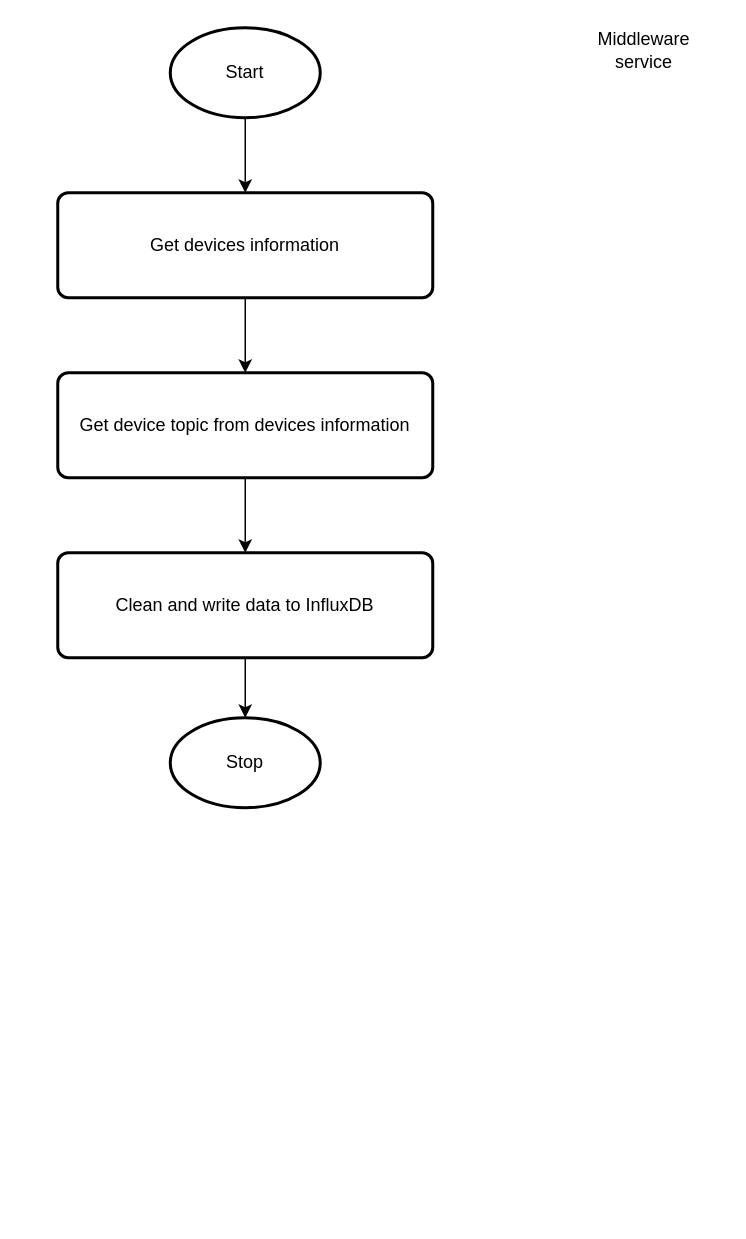
Earlier version of the draw.io diagram flowchart.drawio (force445/Draw.io). Source tidied: cells renumbered, new cells numbered last; positions are measured from the earlier drawing's top-left corner, leaving out a move shared by most shapes. Both pictures are drawn from the tidied source at 150%, with x=0, y=0 at pixel (57, 27).
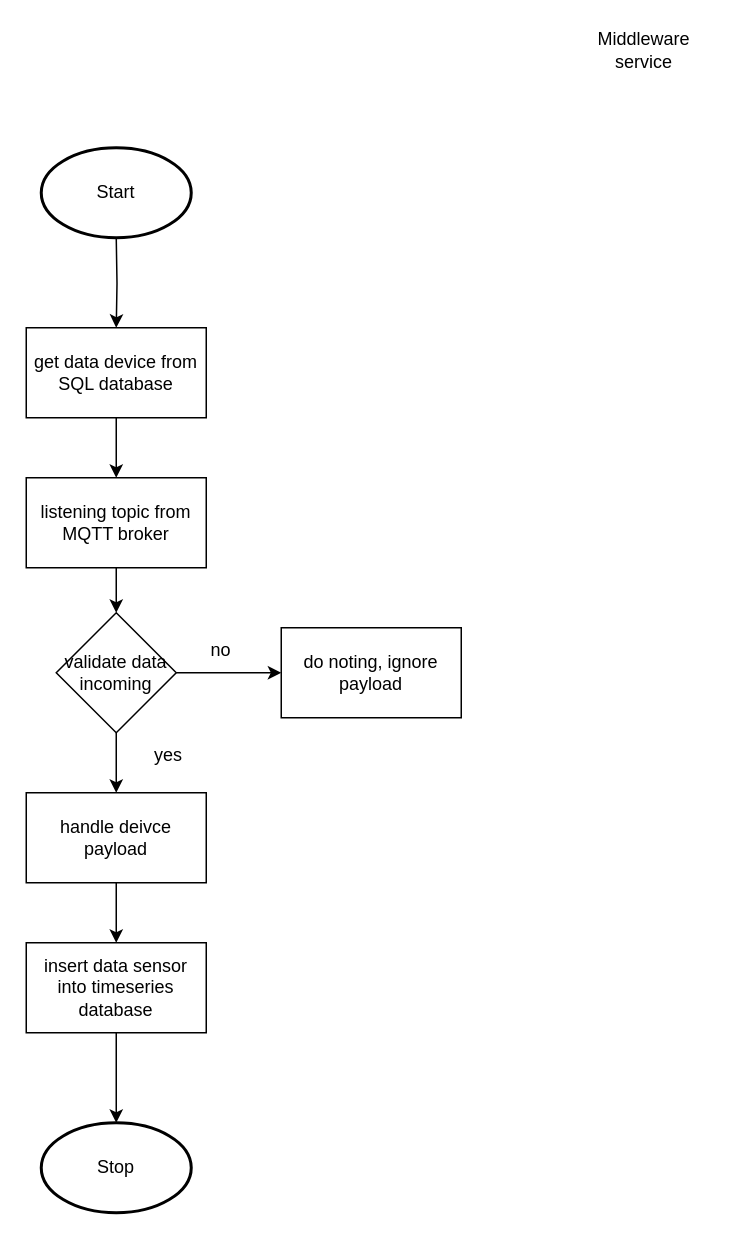
The same page after the edit.

Change to the diagram source:
```diff
@@
-    <mxCell id="2" style="edgeStyle=orthogonalEdgeStyle;rounded=0;jettySize=auto;html=1;exitX=0.5;exitY=1;exitDx=0;exitDy=0;exitPerimeter=0;entryX=0.5;entryY=0;entryDx=0;entryDy=0;" parent="1" edge="1" source="3" target="6">
-      <mxGeometry relative="1" as="geometry" />
-    </mxCell>
+    <mxCell id="4" value="Middleware service" style="text;html=1;strokeColor=none;fillColor=none;align=center;verticalAlign=middle;whiteSpace=wrap;rounded=0;" parent="1" vertex="1">
+      <mxGeometry x="341" width="100" height="30" as="geometry" />
+    </mxCell>
+    <mxCell id="12" style="edgeStyle=orthogonalEdgeStyle;rounded=0;jettySize=auto;html=1;exitX=0.5;exitY=1;exitDx=0;exitDy=0;entryX=0.5;entryY=0;entryDx=0;entryDy=0;" parent="1" edge="1" target="14">
+      <mxGeometry relative="1" as="geometry">
+        <mxPoint x="39" y="140" as="sourcePoint" />
+      </mxGeometry>
+    </mxCell>
+    <mxCell id="13" style="edgeStyle=orthogonalEdgeStyle;rounded=0;jettySize=auto;html=1;exitX=0.5;exitY=1;exitDx=0;exitDy=0;entryX=0.5;entryY=0;entryDx=0;entryDy=0;" parent="1" edge="1" source="14" target="16">
+      <mxGeometry relative="1" as="geometry" />
+    </mxCell>
+    <mxCell id="14" value="get data device from SQL database" style="rounded=0;whiteSpace=wrap;html=1;" parent="1" vertex="1">
+      <mxGeometry x="-21" y="200" width="120" height="60" as="geometry" />
+    </mxCell>
+    <mxCell id="15" style="edgeStyle=orthogonalEdgeStyle;rounded=0;jettySize=auto;html=1;exitX=0.5;exitY=1;exitDx=0;exitDy=0;entryX=0.5;entryY=0;entryDx=0;entryDy=0;" parent="1" edge="1" source="16" target="21">
+      <mxGeometry relative="1" as="geometry" />
+    </mxCell>
+    <mxCell id="16" value="listening topic from MQTT broker" style="rounded=0;whiteSpace=wrap;html=1;" parent="1" vertex="1">
+      <mxGeometry x="-21" y="300" width="120" height="60" as="geometry" />
+    </mxCell>
+    <mxCell id="17" style="edgeStyle=orthogonalEdgeStyle;rounded=0;jettySize=auto;html=1;exitX=0.5;exitY=1;exitDx=0;exitDy=0;entryX=0.5;entryY=0;entryDx=0;entryDy=0;" parent="1" edge="1" source="18" target="23">
+      <mxGeometry relative="1" as="geometry" />
+    </mxCell>
+    <mxCell id="18" value="handle deivce payload" style="rounded=0;whiteSpace=wrap;html=1;" parent="1" vertex="1">
+      <mxGeometry x="-21" y="510" width="120" height="60" as="geometry" />
+    </mxCell>
+    <mxCell id="19" style="edgeStyle=orthogonalEdgeStyle;rounded=0;jettySize=auto;html=1;exitX=1;exitY=0.5;exitDx=0;exitDy=0;entryX=0;entryY=0.5;entryDx=0;entryDy=0;" parent="1" edge="1" source="21" target="22">
+      <mxGeometry relative="1" as="geometry" />
+    </mxCell>
+    <mxCell id="20" style="edgeStyle=orthogonalEdgeStyle;rounded=0;jettySize=auto;html=1;exitX=0.5;exitY=1;exitDx=0;exitDy=0;entryX=0.5;entryY=0;entryDx=0;entryDy=0;" parent="1" edge="1" source="21" target="18">
+      <mxGeometry relative="1" as="geometry" />
+    </mxCell>
+    <mxCell id="21" value="validate data incoming" style="rhombus;whiteSpace=wrap;html=1;" parent="1" vertex="1">
+      <mxGeometry x="-1" y="390" width="80" height="80" as="geometry" />
+    </mxCell>
+    <mxCell id="22" value="do noting, ignore payload" style="rounded=0;whiteSpace=wrap;html=1;" parent="1" vertex="1">
+      <mxGeometry x="149" y="400" width="120" height="60" as="geometry" />
+    </mxCell>
+    <mxCell id="23" value="insert data sensor into timeseries database" style="rounded=0;whiteSpace=wrap;html=1;" parent="1" vertex="1">
+      <mxGeometry x="-21" y="610" width="120" height="60" as="geometry" />
+    </mxCell>
+    <mxCell id="24" value="no" style="text;html=1;strokeColor=none;fillColor=none;align=center;verticalAlign=middle;whiteSpace=wrap;rounded=0;" parent="1" vertex="1">
+      <mxGeometry x="79" y="400" width="60" height="30" as="geometry" />
+    </mxCell>
+    <mxCell id="25" value="yes" style="text;html=1;strokeColor=none;fillColor=none;align=center;verticalAlign=middle;whiteSpace=wrap;rounded=0;" parent="1" vertex="1">
+      <mxGeometry x="44" y="470" width="60" height="30" as="geometry" />
+    </mxCell>
     <mxCell id="3" value="Start" style="strokeWidth=2;html=1;shape=mxgraph.flowchart.start_1;whiteSpace=wrap;" parent="1" vertex="1">
-      <mxGeometry x="75" width="100" height="60" as="geometry" />
+      <mxGeometry x="-11" y="80" width="100" height="60" as="geometry" />
     </mxCell>
-    <mxCell id="4" value="Middleware service" style="text;html=1;strokeColor=none;fillColor=none;align=center;verticalAlign=middle;whiteSpace=wrap;rounded=0;" parent="1" vertex="1">
-      <mxGeometry x="341" width="100" height="30" as="geometry" />
-    </mxCell>
-    <mxCell id="5" style="edgeStyle=orthogonalEdgeStyle;rounded=0;jettySize=auto;html=1;exitX=0.5;exitY=1;exitDx=0;exitDy=0;entryX=0.5;entryY=0;entryDx=0;entryDy=0;" parent="1" edge="1" source="6" target="8">
-      <mxGeometry relative="1" as="geometry" />
-    </mxCell>
-    <mxCell id="6" value="Get devices information" style="rounded=1;whiteSpace=wrap;html=1;absoluteArcSize=1;arcSize=14;strokeWidth=2;" parent="1" vertex="1">
-      <mxGeometry y="110" width="250" height="70" as="geometry" />
-    </mxCell>
-    <mxCell id="7" style="edgeStyle=orthogonalEdgeStyle;rounded=0;jettySize=auto;html=1;exitX=0.5;exitY=1;exitDx=0;exitDy=0;entryX=0.5;entryY=0;entryDx=0;entryDy=0;" parent="1" edge="1" source="8" target="9">
-      <mxGeometry relative="1" as="geometry" />
-    </mxCell>
-    <mxCell id="8" value="Get device topic from devices information" style="rounded=1;whiteSpace=wrap;html=1;absoluteArcSize=1;arcSize=14;strokeWidth=2;" parent="1" vertex="1">
-      <mxGeometry y="230" width="250" height="70" as="geometry" />
-    </mxCell>
-    <mxCell id="9" value="Clean and write data to InfluxDB" style="rounded=1;whiteSpace=wrap;html=1;absoluteArcSize=1;arcSize=14;strokeWidth=2;" parent="1" vertex="1">
-      <mxGeometry y="350" width="250" height="70" as="geometry" />
-    </mxCell>
     <mxCell id="10" value="Stop" style="strokeWidth=2;html=1;shape=mxgraph.flowchart.start_1;whiteSpace=wrap;" parent="1" vertex="1">
-      <mxGeometry x="75" y="460" width="100" height="60" as="geometry" />
+      <mxGeometry x="-11" y="730" width="100" height="60" as="geometry" />
     </mxCell>
-    <mxCell id="11" style="edgeStyle=orthogonalEdgeStyle;rounded=0;jettySize=auto;html=1;exitX=0.5;exitY=1;exitDx=0;exitDy=0;entryX=0.5;entryY=0;entryDx=0;entryDy=0;entryPerimeter=0;" parent="1" edge="1" source="9" target="10">
-      <mxGeometry relative="1" as="geometry" />
-    </mxCell>
+    <mxCell id="26" style="edgeStyle=orthogonalEdgeStyle;rounded=0;jettySize=auto;html=1;exitX=0.5;exitY=1;exitDx=0;exitDy=0;entryX=0.5;entryY=0;entryDx=0;entryDy=0;entryPerimeter=0;" parent="1" edge="1" source="23" target="10">
+      <mxGeometry relative="1" as="geometry" />
+    </mxCell>
```
